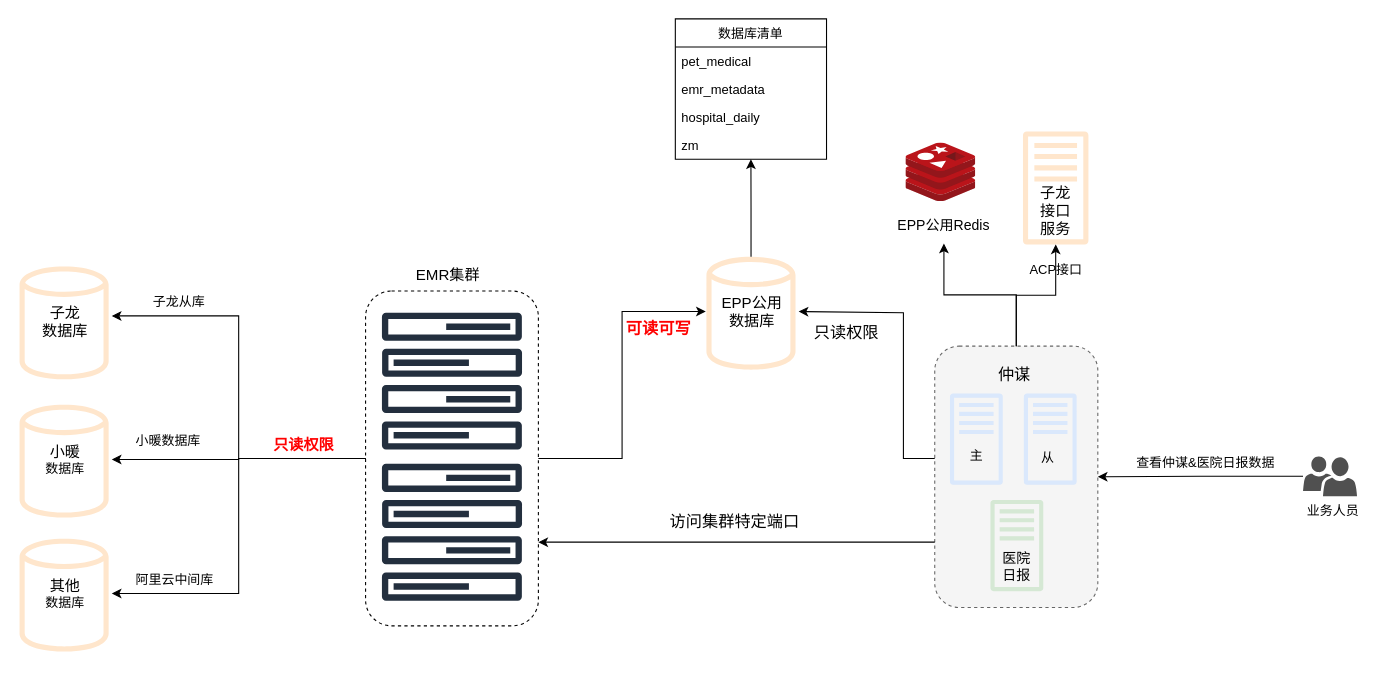
This is pet_data_warehouse/EMR网络图.drawio from fangzheng0518/draw, a draw.io file, before an edit. Source tidied: cells renumbered, new cells numbered last; positions are measured from the earlier drawing's top-left corner, leaving out a move shared by most shapes. Both pictures are drawn from the tidied source at 108%, with x=0, y=0 at pixel (18, 18).
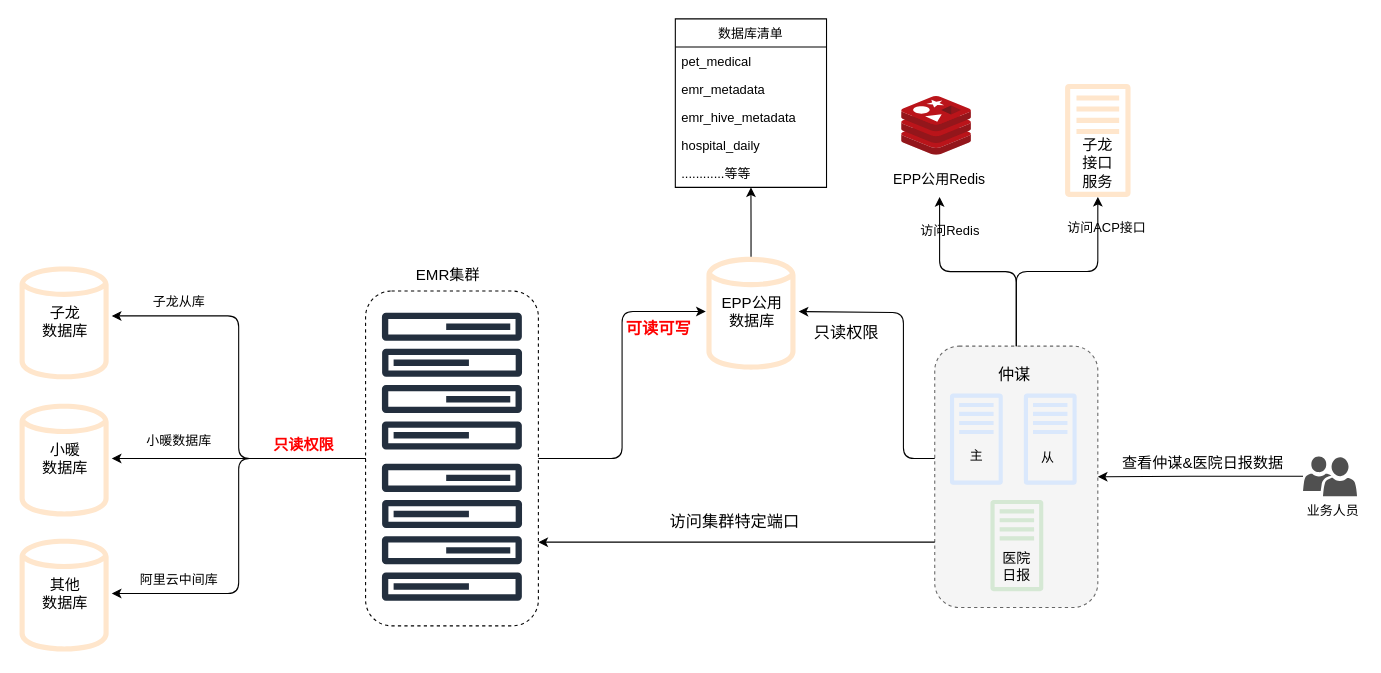
After the change.

Commit message:
更新EMR网络图.drawio

Unchanged cells that the change refers to:
```xml
<mxCell id="3" style="outlineConnect=0;fillColor=#ffe6cc;strokeColor=#d79b00;dashed=0;verticalLabelPosition=bottom;verticalAlign=top;align=center;html=1;fontSize=12;fontStyle=0;shape=mxgraph.aws4.traditional_server;" parent="2" vertex="1">
  <mxGeometry x="12.7" width="60.6" height="105" as="geometry" />
</mxCell>
<mxCell id="8" value="&lt;span style=&quot;font-size: 14px&quot;&gt;子龙&lt;br&gt;数据库&lt;/span&gt;" style="text;html=1;strokeColor=none;fillColor=none;align=center;verticalAlign=middle;whiteSpace=wrap;rounded=0;dashed=1;" parent="6" vertex="1">
  <mxGeometry y="43" width="86" height="20" as="geometry" />
</mxCell>
<mxCell id="10" style="group;" parent="9" vertex="1">
  <mxGeometry width="86" height="109" as="geometry" />
</mxCell>
<mxCell id="13" style="group;" parent="1" vertex="1">
  <mxGeometry y="479" width="86" height="109" as="geometry" />
</mxCell>
<mxCell id="18" style="rounded=1;whiteSpace=wrap;html=1;dashed=1;" parent="17" vertex="1">
  <mxGeometry width="160" height="310" as="geometry" />
</mxCell>
<mxCell id="30" value="&lt;span style=&quot;font-size: 14px&quot;&gt;EPP公用&lt;br&gt;数据库&lt;/span&gt;" style="text;html=1;strokeColor=none;fillColor=none;align=center;verticalAlign=middle;whiteSpace=wrap;rounded=0;dashed=1;" parent="28" vertex="1">
  <mxGeometry y="43" width="86" height="20" as="geometry" />
</mxCell>
<mxCell id="33" style="rounded=1;whiteSpace=wrap;html=1;dashed=1;fillColor=#f5f5f5;strokeColor=#666666;fontColor=#333333;" parent="32" vertex="1">
  <mxGeometry width="151" height="242" as="geometry" />
</mxCell>
<mxCell id="46" value="&lt;font style=&quot;font-size: 13px&quot;&gt;EPP公用Redis&lt;/font&gt;" style="text;html=1;strokeColor=none;fillColor=none;align=center;verticalAlign=middle;whiteSpace=wrap;rounded=0;dashed=1;" parent="44" vertex="1">
  <mxGeometry y="58.1" width="97" height="34.9" as="geometry" />
</mxCell>
<mxCell id="65" style="shadow=0;dashed=0;html=1;strokeColor=none;labelPosition=center;verticalLabelPosition=bottom;verticalAlign=top;align=center;fillColor=#505050;shape=mxgraph.mscae.intune.user_group;" parent="64" vertex="1">
  <mxGeometry width="50" height="37" as="geometry" />
</mxCell>
```

What changed in the source:
```diff
@@
     <mxCell id="2" style="group;" parent="1" vertex="1">
-      <mxGeometry x="917" y="104" width="86" height="105" as="geometry" />
+      <mxGeometry x="956" y="60" width="86" height="105" as="geometry" />
     </mxCell>
@@
     <mxCell id="9" style="group;" parent="1" vertex="1">
-      <mxGeometry y="355" width="86" height="109" as="geometry" />
+      <mxGeometry y="354" width="86" height="109" as="geometry" />
     </mxCell>
@@
-    <mxCell id="12" value="&lt;span style=&quot;font-size: 14px&quot;&gt;小暖&lt;br&gt;&lt;/span&gt;数据库" style="text;html=1;strokeColor=none;fillColor=none;align=center;verticalAlign=middle;whiteSpace=wrap;rounded=0;dashed=1;" parent="10" vertex="1">
+    <mxCell id="12" value="&lt;font style=&quot;font-size: 14px&quot;&gt;小暖&lt;br&gt;数据库&lt;/font&gt;" style="text;html=1;strokeColor=none;fillColor=none;align=center;verticalAlign=middle;whiteSpace=wrap;rounded=0;dashed=1;" parent="10" vertex="1">
       <mxGeometry y="43" width="86" height="20" as="geometry" />
     </mxCell>
@@
-    <mxCell id="15" value="&lt;span style=&quot;font-size: 14px&quot;&gt;其他&lt;br&gt;&lt;/span&gt;数据库" style="text;html=1;strokeColor=none;fillColor=none;align=center;verticalAlign=middle;whiteSpace=wrap;rounded=0;dashed=1;" parent="13" vertex="1">
+    <mxCell id="15" value="&lt;font style=&quot;font-size: 14px&quot;&gt;其他&lt;br&gt;数据库&lt;/font&gt;" style="text;html=1;strokeColor=none;fillColor=none;align=center;verticalAlign=middle;whiteSpace=wrap;rounded=0;dashed=1;" parent="13" vertex="1">
       <mxGeometry y="43" width="86" height="20" as="geometry" />
     </mxCell>
@@
-    <mxCell id="22" style="edgeStyle=orthogonalEdgeStyle;rounded=0;jettySize=auto;html=1;exitX=0;exitY=0.5;exitDx=0;exitDy=0;entryX=1;entryY=0.25;entryDx=0;entryDy=0;" parent="1" edge="1" source="18" target="8">
+    <mxCell id="22" style="edgeStyle=orthogonalEdgeStyle;rounded=1;jettySize=auto;html=1;exitX=0;exitY=0.5;exitDx=0;exitDy=0;entryX=1;entryY=0.25;entryDx=0;entryDy=0;" parent="1" edge="1" source="18" target="8">
       <mxGeometry relative="1" as="geometry" />
     </mxCell>
-    <mxCell id="23" style="edgeStyle=orthogonalEdgeStyle;rounded=0;jettySize=auto;html=1;exitX=0;exitY=0.5;exitDx=0;exitDy=0;entryX=1;entryY=0.5;entryDx=0;entryDy=0;" parent="1" edge="1" source="18" target="12">
+    <mxCell id="23" style="edgeStyle=orthogonalEdgeStyle;rounded=1;jettySize=auto;html=1;exitX=0;exitY=0.5;exitDx=0;exitDy=0;entryX=1;entryY=0.5;entryDx=0;entryDy=0;" parent="1" edge="1" source="18" target="12">
       <mxGeometry relative="1" as="geometry" />
     </mxCell>
-    <mxCell id="24" style="edgeStyle=orthogonalEdgeStyle;rounded=0;jettySize=auto;html=1;exitX=0;exitY=0.5;exitDx=0;exitDy=0;entryX=1;entryY=0.5;entryDx=0;entryDy=0;" parent="1" edge="1" source="18" target="15">
+    <mxCell id="24" style="edgeStyle=orthogonalEdgeStyle;rounded=1;jettySize=auto;html=1;exitX=0;exitY=0.5;exitDx=0;exitDy=0;entryX=1;entryY=0.5;entryDx=0;entryDy=0;" parent="1" edge="1" source="18" target="15">
       <mxGeometry relative="1" as="geometry" />
     </mxCell>
@@
-    <mxCell id="31" style="edgeStyle=orthogonalEdgeStyle;rounded=0;jettySize=auto;html=1;exitX=1;exitY=0.5;exitDx=0;exitDy=0;" parent="1" edge="1" source="18" target="30">
+    <mxCell id="31" style="edgeStyle=orthogonalEdgeStyle;rounded=1;jettySize=auto;html=1;exitX=1;exitY=0.5;exitDx=0;exitDy=0;" parent="1" edge="1" source="18" target="30">
       <mxGeometry relative="1" as="geometry" />
     </mxCell>
@@
     <mxCell id="44" style="group;" parent="1" vertex="1">
-      <mxGeometry x="808" y="115" width="97" height="93" as="geometry" />
+      <mxGeometry x="804" y="72" width="97" height="93" as="geometry" />
     </mxCell>
@@
-    <mxCell id="48" style="edgeStyle=orthogonalEdgeStyle;rounded=0;jettySize=auto;html=1;entryX=0.5;entryY=1;entryDx=0;entryDy=0;" parent="1" edge="1" source="33" target="46">
+    <mxCell id="48" style="edgeStyle=orthogonalEdgeStyle;rounded=1;jettySize=auto;html=1;entryX=0.5;entryY=1;entryDx=0;entryDy=0;" parent="1" edge="1" source="33" target="46">
       <mxGeometry relative="1" as="geometry" />
     </mxCell>
-    <mxCell id="49" style="edgeStyle=orthogonalEdgeStyle;rounded=0;jettySize=auto;html=1;" parent="1" edge="1" source="33" target="3">
+    <mxCell id="49" style="edgeStyle=orthogonalEdgeStyle;rounded=1;jettySize=auto;html=1;" parent="1" edge="1" source="33" target="3">
       <mxGeometry relative="1" as="geometry" />
     </mxCell>
-    <mxCell id="50" value="ACP接口" style="text;html=1;strokeColor=none;fillColor=none;align=center;verticalAlign=middle;whiteSpace=wrap;rounded=0;dashed=1;" parent="1" vertex="1">
-      <mxGeometry x="927.5" y="223" width="65" height="20" as="geometry" />
+    <mxCell id="50" value="访问ACP接口" style="text;html=1;strokeColor=none;fillColor=none;align=center;verticalAlign=middle;whiteSpace=wrap;rounded=0;dashed=1;" parent="1" vertex="1">
+      <mxGeometry x="968" y="184" width="79" height="20" as="geometry" />
     </mxCell>
@@
-    <mxCell id="52" style="edgeStyle=orthogonalEdgeStyle;rounded=0;jettySize=auto;html=1;entryX=1;entryY=0.5;entryDx=0;entryDy=0;" parent="1" edge="1" source="33" target="30">
+    <mxCell id="52" style="edgeStyle=orthogonalEdgeStyle;rounded=1;jettySize=auto;html=1;entryX=1;entryY=0.5;entryDx=0;entryDy=0;" parent="1" edge="1" source="33" target="30">
       <mxGeometry relative="1" as="geometry">
         <Array as="points">
           <mxPoint x="819" y="407" />
           <mxPoint x="819" y="272" />
         </Array>
       </mxGeometry>
     </mxCell>
@@
-    <mxCell id="54" style="edgeStyle=orthogonalEdgeStyle;rounded=0;jettySize=auto;html=1;exitX=0;exitY=0.75;exitDx=0;exitDy=0;entryX=1;entryY=0.75;entryDx=0;entryDy=0;" parent="1" edge="1" source="33" target="18">
+    <mxCell id="54" style="edgeStyle=orthogonalEdgeStyle;rounded=1;jettySize=auto;html=1;exitX=0;exitY=0.75;exitDx=0;exitDy=0;entryX=1;entryY=0.75;entryDx=0;entryDy=0;" parent="1" edge="1" source="33" target="18">
       <mxGeometry relative="1" as="geometry" />
     </mxCell>
     <mxCell id="55" value="小暖数据库" style="text;html=1;strokeColor=none;fillColor=none;align=center;verticalAlign=middle;whiteSpace=wrap;rounded=0;dashed=1;" parent="1" vertex="1">
-      <mxGeometry x="105" y="381" width="67" height="20" as="geometry" />
+      <mxGeometry x="115" y="381" width="67" height="20" as="geometry" />
     </mxCell>
     <mxCell id="56" value="阿里云中间库" style="text;html=1;strokeColor=none;fillColor=none;align=center;verticalAlign=middle;whiteSpace=wrap;rounded=0;dashed=1;" parent="1" vertex="1">
-      <mxGeometry x="102" y="510" width="85" height="20" as="geometry" />
+      <mxGeometry x="106" y="510" width="85" height="20" as="geometry" />
     </mxCell>
     <mxCell id="57" value="数据库清单" style="swimlane;fontStyle=0;horizontal=1;startSize=26;fillColor=none;" parent="1" vertex="1">
-      <mxGeometry x="607.8" width="140" height="130" as="geometry" />
+      <mxGeometry x="607.8" width="140" height="156" as="geometry" />
     </mxCell>
@@
+    <mxCell id="68" value="emr_hive_metadata" style="text;strokeColor=none;fillColor=none;align=left;verticalAlign=top;spacingLeft=4;spacingRight=4;overflow=hidden;" parent="57" vertex="1">
+      <mxGeometry y="78" width="140" height="26" as="geometry" />
+    </mxCell>
     <mxCell id="60" value="hospital_daily&#10;" style="text;strokeColor=none;fillColor=none;align=left;verticalAlign=top;spacingLeft=4;spacingRight=4;overflow=hidden;" parent="57" vertex="1">
-      <mxGeometry y="78" width="140" height="26" as="geometry" />
+      <mxGeometry y="104" width="140" height="26" as="geometry" />
     </mxCell>
-    <mxCell id="61" value="zm" style="text;strokeColor=none;fillColor=none;align=left;verticalAlign=top;spacingLeft=4;spacingRight=4;overflow=hidden;" parent="57" vertex="1">
-      <mxGeometry y="104" width="140" height="26" as="geometry" />
+    <mxCell id="61" value="............等等" style="text;strokeColor=none;fillColor=none;align=left;verticalAlign=top;spacingLeft=4;spacingRight=4;overflow=hidden;" parent="57" vertex="1">
+      <mxGeometry y="130" width="140" height="26" as="geometry" />
     </mxCell>
@@
-    <mxCell id="63" style="edgeStyle=orthogonalEdgeStyle;rounded=0;jettySize=auto;html=1;entryX=1;entryY=0.5;entryDx=0;entryDy=0;" parent="1" edge="1" source="65" target="33">
+    <mxCell id="63" style="edgeStyle=orthogonalEdgeStyle;rounded=1;jettySize=auto;html=1;entryX=1;entryY=0.5;entryDx=0;entryDy=0;" parent="1" edge="1" source="65" target="33">
       <mxGeometry relative="1" as="geometry" />
     </mxCell>
@@
-    <mxCell id="67" value="查看仲谋&amp;amp;医院日报数据" style="text;html=1;strokeColor=none;fillColor=none;align=center;verticalAlign=middle;whiteSpace=wrap;rounded=0;" parent="1" vertex="1">
-      <mxGeometry x="1031" y="401" width="136" height="20" as="geometry" />
+    <mxCell id="67" value="&lt;font style=&quot;font-size: 14px&quot;&gt;查看仲谋&amp;amp;医院日报数据&lt;/font&gt;" style="text;html=1;strokeColor=none;fillColor=none;align=center;verticalAlign=middle;whiteSpace=wrap;rounded=0;" parent="1" vertex="1">
+      <mxGeometry x="1017" y="401" width="159" height="20" as="geometry" />
     </mxCell>
+    <mxCell id="69" value="访问Redis" style="text;html=1;strokeColor=none;fillColor=none;align=center;verticalAlign=middle;whiteSpace=wrap;rounded=0;dashed=1;" parent="1" vertex="1">
+      <mxGeometry x="830" y="187" width="65" height="20" as="geometry" />
+    </mxCell>
```
